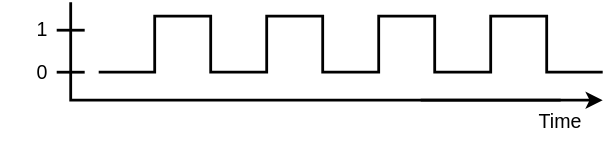
Shadient/Diagrams keeps this draw.io diagram as oscillator.drawio.svg. Above is the earlier version. Source tidied: cells renumbered, new cells last; positions are measured from the earlier drawing's top-left corner, leaving out a move shared by most shapes.
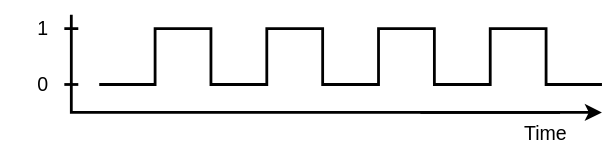
The same file after the commit.

Change to the diagram source:
```diff
@@ -4,63 +4,63 @@
     <mxCell id="1" parent="0" />
     <mxCell id="2" style="endArrow=none;html=1;rounded=0;strokeWidth=2;" parent="1" edge="1">
       <mxGeometry relative="1" as="geometry">
-        <mxPoint x="70" y="50" as="sourcePoint" />
-        <mxPoint x="430" y="50" as="targetPoint" />
+        <mxPoint x="210" y="-40" as="sourcePoint" />
+        <mxPoint x="570" y="-40" as="targetPoint" />
         <Array as="points">
-          <mxPoint x="110" y="50" />
-          <mxPoint x="110" y="10" />
-          <mxPoint x="150" y="10" />
-          <mxPoint x="150" y="50" />
-          <mxPoint x="190" y="50" />
-          <mxPoint x="190" y="10" />
-          <mxPoint x="230" y="10" />
-          <mxPoint x="230" y="50" />
-          <mxPoint x="270" y="50" />
-          <mxPoint x="270" y="10" />
-          <mxPoint x="310" y="10" />
-          <mxPoint x="310" y="50" />
-          <mxPoint x="350" y="50" />
-          <mxPoint x="350" y="10" />
-          <mxPoint x="390" y="10" />
-          <mxPoint x="390" y="50" />
+          <mxPoint x="250" y="-40" />
+          <mxPoint x="250" y="-80" />
+          <mxPoint x="290" y="-80" />
+          <mxPoint x="290" y="-40" />
+          <mxPoint x="330" y="-40" />
+          <mxPoint x="330" y="-80" />
+          <mxPoint x="370" y="-80" />
+          <mxPoint x="370" y="-40" />
+          <mxPoint x="410" y="-40" />
+          <mxPoint x="410" y="-80" />
+          <mxPoint x="450" y="-80" />
+          <mxPoint x="450" y="-40" />
+          <mxPoint x="490" y="-40" />
+          <mxPoint x="490" y="-80" />
+          <mxPoint x="530" y="-80" />
+          <mxPoint x="530" y="-40" />
         </Array>
       </mxGeometry>
     </mxCell>
-    <mxCell id="3" style="endArrow=none;html=1;rounded=0;endSize=6;strokeColor=default;strokeWidth=2;" parent="1" edge="1">
-      <mxGeometry relative="1" as="geometry">
-        <mxPoint x="40" y="50" as="sourcePoint" />
-        <mxPoint x="60" y="50" as="targetPoint" />
-      </mxGeometry>
-    </mxCell>
     <mxCell id="4" style="endArrow=none;html=1;rounded=0;endSize=6;strokeColor=default;strokeWidth=2;targetPerimeterSpacing=0;" parent="1" edge="1">
       <mxGeometry relative="1" as="geometry">
-        <mxPoint x="40" y="20" as="sourcePoint" />
-        <mxPoint x="60" y="20" as="targetPoint" />
+        <mxPoint x="185" y="-80" as="sourcePoint" />
+        <mxPoint x="195" y="-80" as="targetPoint" />
       </mxGeometry>
     </mxCell>
     <mxCell id="5" style="endArrow=none;html=1;rounded=0;strokeWidth=2;" parent="1" edge="1">
       <mxGeometry relative="1" as="geometry">
-        <mxPoint x="400" y="70" as="sourcePoint" />
-        <mxPoint x="50" as="targetPoint" />
+        <mxPoint x="540" y="-20" as="sourcePoint" />
+        <mxPoint x="190" y="-90" as="targetPoint" />
         <Array as="points">
-          <mxPoint x="50" y="70" />
+          <mxPoint x="190" y="-20" />
         </Array>
       </mxGeometry>
     </mxCell>
     <mxCell id="6" style="endArrow=classic;html=1;rounded=0;strokeWidth=2;" parent="1" edge="1">
       <mxGeometry relative="1" as="geometry">
-        <mxPoint x="300" y="70" as="sourcePoint" />
-        <mxPoint x="430" y="70" as="targetPoint" />
+        <mxPoint x="440" y="-20" as="sourcePoint" />
+        <mxPoint x="570" y="-20" as="targetPoint" />
       </mxGeometry>
     </mxCell>
     <mxCell id="7" value="&lt;font style=&quot;font-size: 14px;&quot;&gt;1&lt;/font&gt;" style="text;html=1;strokeColor=none;fillColor=none;align=center;verticalAlign=middle;whiteSpace=wrap;rounded=0;" parent="1" vertex="1">
-      <mxGeometry width="60" height="40" as="geometry" />
+      <mxGeometry x="140" y="-100" width="60" height="40" as="geometry" />
     </mxCell>
     <mxCell id="8" value="&lt;font style=&quot;font-size: 14px;&quot;&gt;0&lt;/font&gt;" style="text;html=1;strokeColor=none;fillColor=none;align=center;verticalAlign=middle;whiteSpace=wrap;rounded=0;" parent="1" vertex="1">
-      <mxGeometry y="30" width="60" height="40" as="geometry" />
+      <mxGeometry x="140" y="-60" width="60" height="40" as="geometry" />
     </mxCell>
     <mxCell id="9" value="&lt;font style=&quot;font-size: 14px;&quot;&gt;Time&lt;/font&gt;" style="text;html=1;strokeColor=none;fillColor=none;align=center;verticalAlign=middle;whiteSpace=wrap;rounded=0;" parent="1" vertex="1">
-      <mxGeometry x="370" y="70" width="60" height="30" as="geometry" />
+      <mxGeometry x="500" y="-20" width="60" height="30" as="geometry" />
     </mxCell>
+    <mxCell id="10" style="endArrow=none;html=1;rounded=0;endSize=6;strokeColor=default;strokeWidth=2;targetPerimeterSpacing=0;" parent="1" edge="1">
+      <mxGeometry relative="1" as="geometry">
+        <mxPoint x="185" y="-40" as="sourcePoint" />
+        <mxPoint x="195" y="-40" as="targetPoint" />
+      </mxGeometry>
+    </mxCell>
   </root>
 </mxGraphModel>
```
